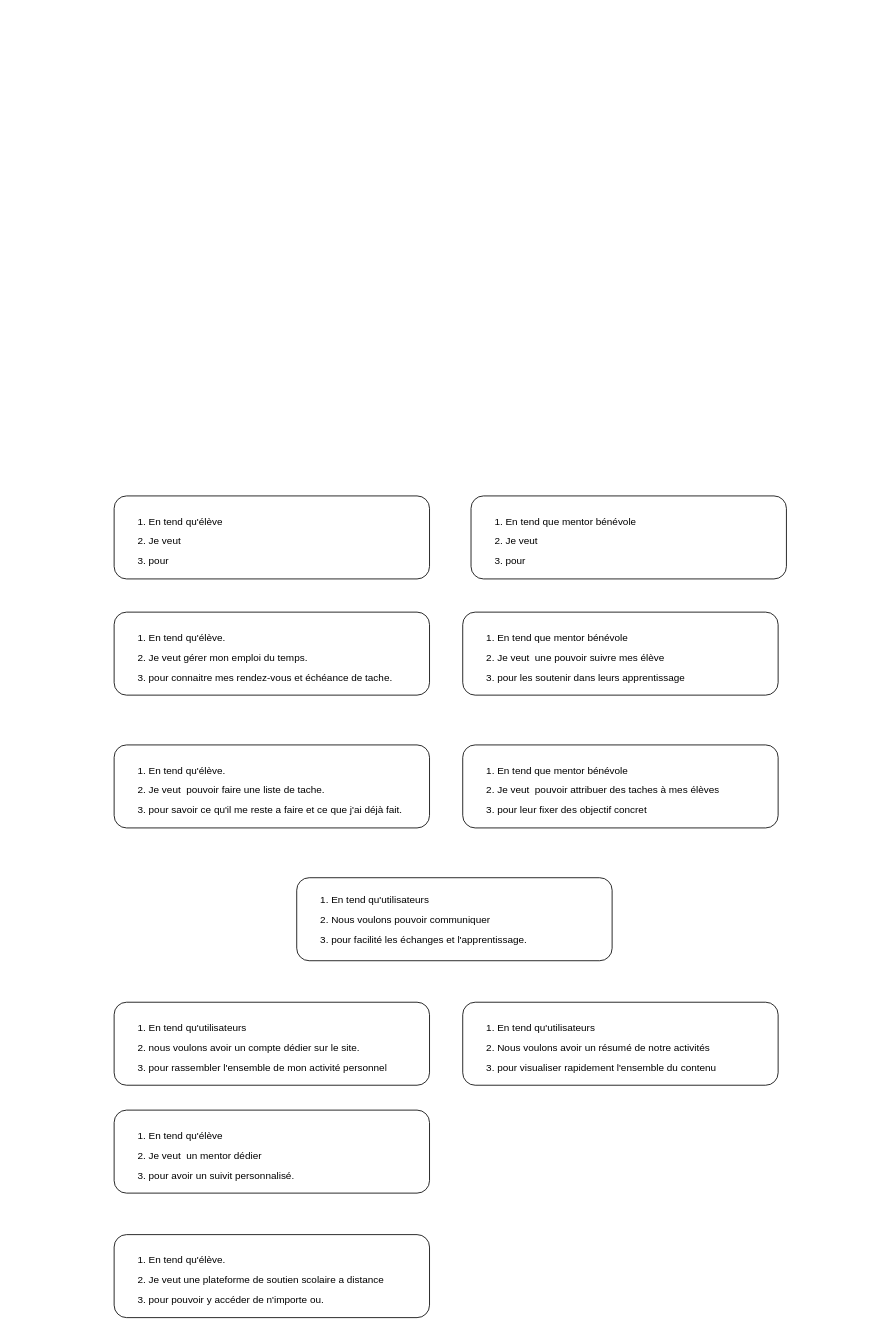
CuteSlime/P3-Learn-home keeps this draw.io diagram as User Story.drawio. Above is the earlier version. Source tidied: cells renumbered, new cells numbered last; positions are measured from the earlier drawing's top-left corner, leaving out a move shared by most shapes. Both pictures are drawn from the tidied source at 83%, with x=0, y=0 at pixel (114, 496).
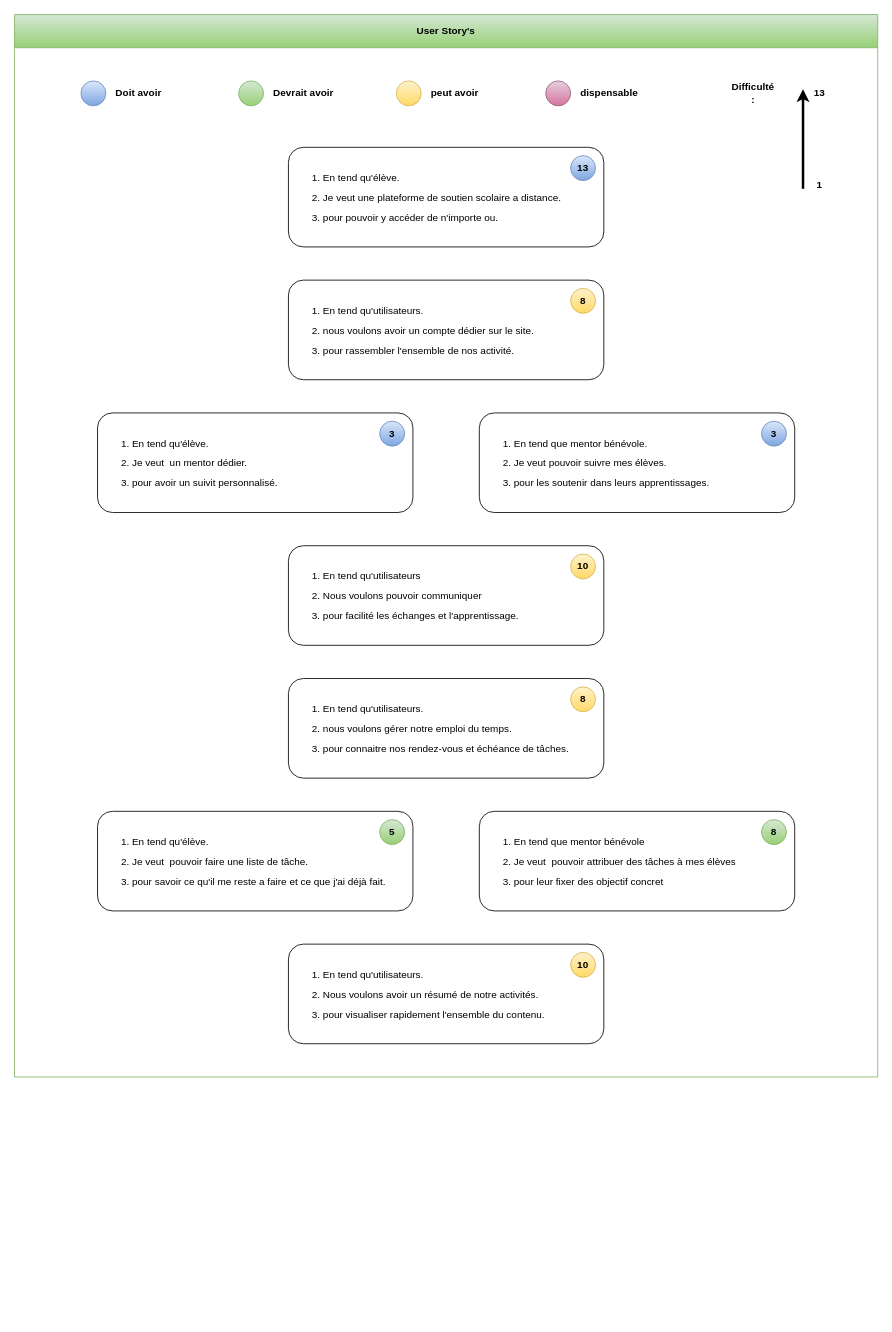
The same diagram, later.

Commit message:
Mettre à jour User Story.drawio

What changed in the source:
```diff
@@
-    <mxCell id="2" style="group;" parent="1" vertex="1">
-      <mxGeometry y="140" width="380" height="100" as="geometry" />
-    </mxCell>
-    <mxCell id="3" style="rounded=1;whiteSpace=wrap;html=1;" parent="2" vertex="1">
-      <mxGeometry width="380" height="100" as="geometry" />
-    </mxCell>
-    <mxCell id="4" value="&lt;ol style=&quot;line-height: 200%;&quot;&gt;&lt;li&gt;En tend qu'élève.&lt;/li&gt;&lt;li&gt;Je veut gérer mon emploi du temps. &lt;br&gt;&lt;/li&gt;&lt;li&gt;pour connaitre mes rendez-vous et échéance de tache.&lt;br&gt;&lt;/li&gt;&lt;/ol&gt;" style="text;strokeColor=none;fillColor=none;align=left;verticalAlign=middle;spacingLeft=0;spacingRight=4;overflow=hidden;whiteSpace=wrap;html=1;spacing=2;spacingTop=4;spacingBottom=4;imageAspect=1;" parent="2" vertex="1">
-      <mxGeometry width="380" height="100" as="geometry" />
-    </mxCell>
-    <mxCell id="5" style="group;" parent="1" vertex="1">
-      <mxGeometry x="430" width="380" height="100" as="geometry" />
-    </mxCell>
-    <mxCell id="6" style="rounded=1;whiteSpace=wrap;html=1;" parent="5" vertex="1">
-      <mxGeometry width="380" height="100" as="geometry" />
-    </mxCell>
-    <mxCell id="7" value="&lt;ol style=&quot;line-height: 200%;&quot;&gt;&lt;li&gt;En tend que mentor bénévole&lt;br&gt;&lt;/li&gt;&lt;li&gt;Je veut&amp;nbsp; &lt;br&gt;&lt;/li&gt;&lt;li&gt;pour&lt;/li&gt;&lt;/ol&gt;" style="text;strokeColor=none;fillColor=none;align=left;verticalAlign=middle;spacingLeft=0;spacingRight=4;overflow=hidden;whiteSpace=wrap;html=1;spacing=2;spacingTop=4;spacingBottom=4;imageAspect=1;" parent="5" vertex="1">
-      <mxGeometry width="380" height="100" as="geometry" />
-    </mxCell>
-    <mxCell id="8" style="group;" parent="1" vertex="1">
-      <mxGeometry width="380" height="100" as="geometry" />
-    </mxCell>
-    <mxCell id="9" style="rounded=1;whiteSpace=wrap;html=1;" parent="8" vertex="1">
-      <mxGeometry width="380" height="100" as="geometry" />
-    </mxCell>
-    <mxCell id="10" value="&lt;ol style=&quot;line-height: 200%;&quot;&gt;&lt;li&gt;En tend qu'élève&lt;/li&gt;&lt;li&gt;Je veut&amp;nbsp; &lt;br&gt;&lt;/li&gt;&lt;li&gt;pour&lt;/li&gt;&lt;/ol&gt;" style="text;strokeColor=none;fillColor=none;align=left;verticalAlign=middle;spacingLeft=0;spacingRight=4;overflow=hidden;whiteSpace=wrap;html=1;spacing=2;spacingTop=4;spacingBottom=4;imageAspect=1;" parent="8" vertex="1">
-      <mxGeometry width="380" height="100" as="geometry" />
-    </mxCell>
+    <mxCell id="35" value="User Story's" style="swimlane;whiteSpace=wrap;html=1;startSize=40;fillColor=#d5e8d4;gradientColor=#97d077;strokeColor=#82b366;" parent="1" vertex="1">
+      <mxGeometry x="-120" y="-580" width="1040" height="1280" as="geometry" />
+    </mxCell>
-    <mxCell id="11" style="group;" parent="1" vertex="1">
-      <mxGeometry y="300" width="380" height="100" as="geometry" />
+    <mxCell id="11" style="group;" parent="35" vertex="1">
+      <mxGeometry x="100" y="960" width="380" height="120" as="geometry" />
     </mxCell>
     <mxCell id="12" style="rounded=1;whiteSpace=wrap;html=1;" parent="11" vertex="1">
-      <mxGeometry width="380" height="100" as="geometry" />
+      <mxGeometry width="380" height="120" as="geometry" />
     </mxCell>
-    <mxCell id="13" value="&lt;ol style=&quot;line-height: 200%;&quot;&gt;&lt;li&gt;En tend qu'élève.&lt;br&gt;&lt;/li&gt;&lt;li&gt;Je veut&amp;nbsp; pouvoir faire une liste de tache.&lt;br&gt;&lt;/li&gt;&lt;li&gt;pour savoir ce qu'il me reste a faire et ce que j'ai déjà fait.&lt;br&gt;&lt;/li&gt;&lt;/ol&gt;" style="text;strokeColor=none;fillColor=none;align=left;verticalAlign=middle;spacingLeft=0;spacingRight=4;overflow=hidden;whiteSpace=wrap;html=1;spacing=2;spacingTop=4;spacingBottom=4;imageAspect=1;" parent="11" vertex="1">
-      <mxGeometry width="380" height="100" as="geometry" />
+    <mxCell id="13" value="&lt;ol style=&quot;line-height: 200%;&quot;&gt;&lt;li&gt;En tend qu'élève.&lt;br&gt;&lt;/li&gt;&lt;li&gt;Je veut&amp;nbsp; pouvoir faire une liste de tâche.&lt;br&gt;&lt;/li&gt;&lt;li&gt;pour savoir ce qu'il me reste a faire et ce que j'ai déjà fait.&lt;br&gt;&lt;/li&gt;&lt;/ol&gt;" style="text;strokeColor=none;fillColor=none;align=left;verticalAlign=middle;spacingLeft=0;spacingRight=4;overflow=hidden;whiteSpace=wrap;html=1;spacing=2;spacingTop=4;spacingBottom=4;imageAspect=1;" parent="11" vertex="1">
+      <mxGeometry width="380" height="120" as="geometry" />
     </mxCell>
+    <mxCell id="36" value="5" style="rounded=1;whiteSpace=wrap;html=1;absoluteArcSize=0;arcSize=50;fillColor=#d5e8d4;gradientColor=#97d077;strokeColor=#82b366;fontStyle=1;" parent="11" vertex="1">
+      <mxGeometry x="340" y="10" width="30" height="30" as="geometry" />
+    </mxCell>
-    <mxCell id="14" style="group;" parent="1" vertex="1">
-      <mxGeometry y="610" width="380" height="100" as="geometry" />
+    <mxCell id="14" style="group;" parent="35" vertex="1">
+      <mxGeometry x="330" y="320" width="380" height="120" as="geometry" />
     </mxCell>
     <mxCell id="15" style="rounded=1;whiteSpace=wrap;html=1;" parent="14" vertex="1">
-      <mxGeometry width="380" height="100" as="geometry" />
+      <mxGeometry width="380" height="120" as="geometry" />
     </mxCell>
-    <mxCell id="16" value="&lt;ol style=&quot;line-height: 200%;&quot;&gt;&lt;li&gt;En tend qu'utilisateurs&lt;/li&gt;&lt;li&gt;nous voulons avoir un compte dédier sur le site.&lt;br&gt;&lt;/li&gt;&lt;li&gt;pour rassembler l'ensemble de mon activité personnel&lt;br&gt;&lt;/li&gt;&lt;/ol&gt;" style="text;strokeColor=none;fillColor=none;align=left;verticalAlign=middle;spacingLeft=0;spacingRight=4;overflow=hidden;whiteSpace=wrap;html=1;spacing=2;spacingTop=4;spacingBottom=4;imageAspect=1;" parent="14" vertex="1">
-      <mxGeometry width="380" height="100" as="geometry" />
+    <mxCell id="16" value="&lt;ol style=&quot;line-height: 200%;&quot;&gt;&lt;li&gt;En tend qu'utilisateurs.&lt;/li&gt;&lt;li&gt;nous voulons avoir un compte dédier sur le site.&lt;br&gt;&lt;/li&gt;&lt;li&gt;pour rassembler l'ensemble de nos activité.&lt;br&gt;&lt;/li&gt;&lt;/ol&gt;" style="text;strokeColor=none;fillColor=none;align=left;verticalAlign=middle;spacingLeft=0;spacingRight=4;overflow=hidden;whiteSpace=wrap;html=1;spacing=2;spacingTop=4;spacingBottom=4;imageAspect=1;" parent="14" vertex="1">
+      <mxGeometry width="380" height="120" as="geometry" />
     </mxCell>
+    <mxCell id="37" value="8" style="rounded=1;whiteSpace=wrap;html=1;absoluteArcSize=0;arcSize=50;fillColor=#fff2cc;gradientColor=#ffd966;strokeColor=#d6b656;fontStyle=1;" parent="14" vertex="1">
+      <mxGeometry x="340" y="10" width="30" height="30" as="geometry" />
+    </mxCell>
-    <mxCell id="17" style="group;" parent="1" vertex="1">
-      <mxGeometry y="740" width="380" height="100" as="geometry" />
+    <mxCell id="17" style="group;" parent="35" vertex="1">
+      <mxGeometry x="100" y="480" width="380" height="120" as="geometry" />
     </mxCell>
     <mxCell id="18" style="rounded=1;whiteSpace=wrap;html=1;" parent="17" vertex="1">
-      <mxGeometry width="380" height="100" as="geometry" />
+      <mxGeometry width="380" height="120" as="geometry" />
     </mxCell>
-    <mxCell id="19" value="&lt;ol style=&quot;line-height: 200%;&quot;&gt;&lt;li&gt;En tend qu'élève&lt;/li&gt;&lt;li&gt;Je veut&amp;nbsp; un mentor dédier&lt;br&gt;&lt;/li&gt;&lt;li&gt;pour avoir un suivit personnalisé.&lt;br&gt;&lt;/li&gt;&lt;/ol&gt;" style="text;strokeColor=none;fillColor=none;align=left;verticalAlign=middle;spacingLeft=0;spacingRight=4;overflow=hidden;whiteSpace=wrap;html=1;spacing=2;spacingTop=4;spacingBottom=4;imageAspect=1;" parent="17" vertex="1">
-      <mxGeometry width="380" height="100" as="geometry" />
+    <mxCell id="19" value="&lt;ol style=&quot;line-height: 200%;&quot;&gt;&lt;li&gt;En tend qu'élève.&lt;/li&gt;&lt;li&gt;Je veut&amp;nbsp; un mentor dédier.&lt;br&gt;&lt;/li&gt;&lt;li&gt;pour avoir un suivit personnalisé.&lt;br&gt;&lt;/li&gt;&lt;/ol&gt;" style="text;strokeColor=none;fillColor=none;align=left;verticalAlign=middle;spacingLeft=0;spacingRight=4;overflow=hidden;whiteSpace=wrap;html=1;spacing=2;spacingTop=4;spacingBottom=4;imageAspect=1;" parent="17" vertex="1">
+      <mxGeometry width="380" height="120" as="geometry" />
     </mxCell>
+    <mxCell id="38" value="3" style="rounded=1;whiteSpace=wrap;html=1;absoluteArcSize=0;arcSize=50;fillColor=#dae8fc;gradientColor=#7ea6e0;strokeColor=#6c8ebf;noLabel=0;fontStyle=1;" parent="17" vertex="1">
+      <mxGeometry x="340" y="10" width="30" height="30" as="geometry" />
+    </mxCell>
-    <mxCell id="20" style="group;" parent="1" vertex="1">
-      <mxGeometry y="890" width="380" height="100" as="geometry" />
+    <mxCell id="20" style="group;fontStyle=0;" parent="35" vertex="1">
+      <mxGeometry x="330" y="160" width="380" height="120" as="geometry" />
     </mxCell>
     <mxCell id="21" style="rounded=1;whiteSpace=wrap;html=1;" parent="20" vertex="1">
-      <mxGeometry width="380" height="100" as="geometry" />
+      <mxGeometry width="380" height="120" as="geometry" />
     </mxCell>
-    <mxCell id="22" value="&lt;ol style=&quot;line-height: 200%;&quot;&gt;&lt;li&gt;En tend qu'élève.&lt;br&gt;&lt;/li&gt;&lt;li&gt;Je veut une plateforme de soutien scolaire a distance&lt;br&gt;&lt;/li&gt;&lt;li&gt;pour pouvoir y accéder de n'importe ou.&lt;br&gt;&lt;/li&gt;&lt;/ol&gt;" style="text;strokeColor=none;fillColor=none;align=left;verticalAlign=middle;spacingLeft=0;spacingRight=4;overflow=hidden;whiteSpace=wrap;html=1;spacing=2;spacingTop=4;spacingBottom=4;imageAspect=1;" parent="20" vertex="1">
-      <mxGeometry width="380" height="100" as="geometry" />
+    <mxCell id="22" value="&lt;ol style=&quot;line-height: 200%;&quot;&gt;&lt;li&gt;En tend qu'élève.&lt;br&gt;&lt;/li&gt;&lt;li&gt;Je veut une plateforme de soutien scolaire a distance.&lt;br&gt;&lt;/li&gt;&lt;li&gt;pour pouvoir y accéder de n'importe ou.&lt;br&gt;&lt;/li&gt;&lt;/ol&gt;" style="text;strokeColor=none;fillColor=none;align=left;verticalAlign=middle;spacingLeft=0;spacingRight=4;overflow=hidden;whiteSpace=wrap;html=1;spacing=2;spacingTop=4;spacingBottom=4;imageAspect=1;" parent="20" vertex="1">
+      <mxGeometry width="380" height="120" as="geometry" />
     </mxCell>
+    <mxCell id="39" value="13" style="rounded=1;whiteSpace=wrap;html=1;absoluteArcSize=0;arcSize=50;fillColor=#dae8fc;gradientColor=#7ea6e0;strokeColor=#6c8ebf;noLabel=0;fontStyle=1;" parent="20" vertex="1">
+      <mxGeometry x="340" y="10" width="30" height="30" as="geometry" />
+    </mxCell>
-    <mxCell id="23" style="group;" parent="1" vertex="1">
-      <mxGeometry x="420" y="140" width="380" height="100" as="geometry" />
+    <mxCell id="23" style="group;" parent="35" vertex="1">
+      <mxGeometry x="560" y="480" width="380" height="120" as="geometry" />
     </mxCell>
     <mxCell id="24" style="rounded=1;whiteSpace=wrap;html=1;" parent="23" vertex="1">
-      <mxGeometry width="380" height="100" as="geometry" />
+      <mxGeometry width="380" height="120" as="geometry" />
     </mxCell>
-    <mxCell id="25" value="&lt;ol style=&quot;line-height: 200%;&quot;&gt;&lt;li&gt;En tend que mentor bénévole&lt;br&gt;&lt;/li&gt;&lt;li&gt;Je veut&amp;nbsp; une pouvoir suivre mes élève&lt;br&gt;&lt;/li&gt;&lt;li&gt;pour les soutenir dans leurs apprentissage&lt;br&gt;&lt;/li&gt;&lt;/ol&gt;" style="text;strokeColor=none;fillColor=none;align=left;verticalAlign=middle;spacingLeft=0;spacingRight=4;overflow=hidden;whiteSpace=wrap;html=1;spacing=2;spacingTop=4;spacingBottom=4;imageAspect=1;" parent="23" vertex="1">
-      <mxGeometry width="380" height="100" as="geometry" />
+    <mxCell id="25" value="&lt;ol style=&quot;line-height: 200%;&quot;&gt;&lt;li&gt;En tend que mentor bénévole.&lt;br&gt;&lt;/li&gt;&lt;li&gt;Je veut pouvoir suivre mes élèves.&lt;br&gt;&lt;/li&gt;&lt;li&gt;pour les soutenir dans leurs apprentissages.&lt;br&gt;&lt;/li&gt;&lt;/ol&gt;" style="text;strokeColor=none;fillColor=none;align=left;verticalAlign=middle;spacingLeft=0;spacingRight=4;overflow=hidden;whiteSpace=wrap;html=1;spacing=2;spacingTop=4;spacingBottom=4;imageAspect=1;" parent="23" vertex="1">
+      <mxGeometry width="380" height="120" as="geometry" />
     </mxCell>
+    <mxCell id="40" value="3" style="rounded=1;whiteSpace=wrap;html=1;absoluteArcSize=0;arcSize=50;fillColor=#dae8fc;gradientColor=#7ea6e0;strokeColor=#6c8ebf;noLabel=0;fontStyle=1;" parent="23" vertex="1">
+      <mxGeometry x="340" y="10" width="30" height="30" as="geometry" />
+    </mxCell>
-    <mxCell id="26" style="group;" parent="1" vertex="1">
-      <mxGeometry x="420" y="300" width="380" height="100" as="geometry" />
+    <mxCell id="26" style="group;" parent="35" vertex="1">
+      <mxGeometry x="560" y="960" width="380" height="120" as="geometry" />
     </mxCell>
     <mxCell id="27" style="rounded=1;whiteSpace=wrap;html=1;" parent="26" vertex="1">
-      <mxGeometry width="380" height="100" as="geometry" />
+      <mxGeometry width="380" height="120" as="geometry" />
     </mxCell>
-    <mxCell id="28" value="&lt;ol style=&quot;line-height: 200%;&quot;&gt;&lt;li&gt;En tend que mentor bénévole&lt;br&gt;&lt;/li&gt;&lt;li&gt;Je veut&amp;nbsp; pouvoir attribuer des taches à mes élèves&lt;br&gt;&lt;/li&gt;&lt;li&gt;pour leur fixer des objectif concret&lt;br&gt;&lt;/li&gt;&lt;/ol&gt;" style="text;strokeColor=none;fillColor=none;align=left;verticalAlign=middle;spacingLeft=0;spacingRight=4;overflow=hidden;whiteSpace=wrap;html=1;spacing=2;spacingTop=4;spacingBottom=4;imageAspect=1;" parent="26" vertex="1">
-      <mxGeometry width="380" height="100" as="geometry" />
+    <mxCell id="28" value="&lt;ol style=&quot;line-height: 200%;&quot;&gt;&lt;li&gt;En tend que mentor bénévole&lt;br&gt;&lt;/li&gt;&lt;li&gt;Je veut&amp;nbsp; pouvoir attribuer des tâches à mes élèves&lt;br&gt;&lt;/li&gt;&lt;li&gt;pour leur fixer des objectif concret&lt;br&gt;&lt;/li&gt;&lt;/ol&gt;" style="text;strokeColor=none;fillColor=none;align=left;verticalAlign=middle;spacingLeft=0;spacingRight=4;overflow=hidden;whiteSpace=wrap;html=1;spacing=2;spacingTop=4;spacingBottom=4;imageAspect=1;" parent="26" vertex="1">
+      <mxGeometry width="380" height="120" as="geometry" />
     </mxCell>
+    <mxCell id="41" value="8" style="rounded=1;whiteSpace=wrap;html=1;absoluteArcSize=0;arcSize=50;fillColor=#d5e8d4;gradientColor=#97d077;strokeColor=#82b366;fontStyle=1;" parent="26" vertex="1">
+      <mxGeometry x="340" y="10" width="30" height="30" as="geometry" />
+    </mxCell>
-    <mxCell id="29" style="group;" parent="1" vertex="1">
-      <mxGeometry x="420" y="610" width="380" height="100" as="geometry" />
+    <mxCell id="29" style="group;" parent="35" vertex="1">
+      <mxGeometry x="330" y="1120" width="380" height="120" as="geometry" />
     </mxCell>
     <mxCell id="30" style="rounded=1;whiteSpace=wrap;html=1;" parent="29" vertex="1">
-      <mxGeometry width="380" height="100" as="geometry" />
+      <mxGeometry width="380" height="120" as="geometry" />
     </mxCell>
-    <mxCell id="31" value="&lt;ol style=&quot;line-height: 200%;&quot;&gt;&lt;li&gt;En tend qu'utilisateurs&lt;br&gt;&lt;/li&gt;&lt;li&gt;Nous voulons avoir un résumé de notre activités &lt;br&gt;&lt;/li&gt;&lt;li&gt;pour visualiser rapidement l'ensemble du contenu&lt;br&gt;&lt;/li&gt;&lt;/ol&gt;" style="text;strokeColor=none;fillColor=none;align=left;verticalAlign=middle;spacingLeft=0;spacingRight=4;overflow=hidden;whiteSpace=wrap;html=1;spacing=2;spacingTop=4;spacingBottom=4;imageAspect=1;" parent="29" vertex="1">
-      <mxGeometry width="380" height="100" as="geometry" />
+    <mxCell id="31" value="&lt;ol style=&quot;line-height: 200%;&quot;&gt;&lt;li&gt;En tend qu'utilisateurs.&lt;br&gt;&lt;/li&gt;&lt;li&gt;Nous voulons avoir un résumé de notre activités. &lt;br&gt;&lt;/li&gt;&lt;li&gt;pour visualiser rapidement l'ensemble du contenu.&lt;br&gt;&lt;/li&gt;&lt;/ol&gt;" style="text;strokeColor=none;fillColor=none;align=left;verticalAlign=middle;spacingLeft=0;spacingRight=4;overflow=hidden;whiteSpace=wrap;html=1;spacing=2;spacingTop=4;spacingBottom=4;imageAspect=1;" parent="29" vertex="1">
+      <mxGeometry width="380" height="120" as="geometry" />
     </mxCell>
+    <mxCell id="42" value="10" style="rounded=1;whiteSpace=wrap;html=1;absoluteArcSize=0;arcSize=50;fillColor=#fff2cc;gradientColor=#ffd966;strokeColor=#d6b656;fontStyle=1;" parent="29" vertex="1">
+      <mxGeometry x="340" y="10" width="30" height="30" as="geometry" />
+    </mxCell>
-    <mxCell id="32" style="group;" parent="1" vertex="1">
-      <mxGeometry x="220" y="460" width="380" height="100" as="geometry" />
+    <mxCell id="32" style="group;" parent="35" vertex="1">
+      <mxGeometry x="330" y="640" width="380" height="120" as="geometry" />
     </mxCell>
     <mxCell id="33" style="rounded=1;whiteSpace=wrap;html=1;" parent="32" vertex="1">
-      <mxGeometry width="380" height="100" as="geometry" />
+      <mxGeometry width="380" height="120" as="geometry" />
     </mxCell>
     <mxCell id="34" value="&lt;ol style=&quot;line-height: 200%;&quot;&gt;&lt;li&gt;En tend qu'utilisateurs&lt;/li&gt;&lt;li&gt;Nous voulons pouvoir communiquer&lt;br&gt;&lt;/li&gt;&lt;li&gt;pour facilité les échanges et l'apprentissage.&lt;br&gt;&lt;/li&gt;&lt;/ol&gt;" style="text;strokeColor=none;fillColor=none;align=left;verticalAlign=middle;spacingLeft=0;spacingRight=4;overflow=hidden;whiteSpace=wrap;html=1;spacing=2;spacingTop=0;spacingBottom=0;imageAspect=1;" parent="32" vertex="1">
-      <mxGeometry width="380" height="100" as="geometry" />
+      <mxGeometry width="380" height="120" as="geometry" />
     </mxCell>
+    <mxCell id="43" value="10" style="rounded=1;whiteSpace=wrap;html=1;absoluteArcSize=0;arcSize=50;fillColor=#fff2cc;gradientColor=#ffd966;strokeColor=#d6b656;fontStyle=1;" parent="32" vertex="1">
+      <mxGeometry x="340" y="10" width="30" height="30" as="geometry" />
+    </mxCell>
+    <mxCell id="44" style="group;" parent="35" vertex="1">
+      <mxGeometry x="330" y="800" width="380" height="120" as="geometry" />
+    </mxCell>
+    <mxCell id="3" style="rounded=1;whiteSpace=wrap;html=1;" parent="44" vertex="1">
+      <mxGeometry width="380" height="120" as="geometry" />
+    </mxCell>
+    <mxCell id="4" value="&lt;ol style=&quot;line-height: 200%;&quot;&gt;&lt;li&gt;En tend qu'utilisateurs.&lt;/li&gt;&lt;li&gt;nous voulons gérer notre emploi du temps. &lt;br&gt;&lt;/li&gt;&lt;li&gt;pour connaitre nos rendez-vous et échéance de tâches.&lt;br&gt;&lt;/li&gt;&lt;/ol&gt;" style="text;strokeColor=none;fillColor=none;align=left;verticalAlign=middle;spacingLeft=0;spacingRight=4;overflow=hidden;whiteSpace=wrap;html=1;spacing=2;spacingTop=4;spacingBottom=4;imageAspect=1;" parent="44" vertex="1">
+      <mxGeometry width="380" height="120" as="geometry" />
+    </mxCell>
+    <mxCell id="45" value="8" style="rounded=1;whiteSpace=wrap;html=1;absoluteArcSize=0;arcSize=50;fillColor=#fff2cc;gradientColor=#ffd966;strokeColor=#d6b656;fontStyle=1;" parent="44" vertex="1">
+      <mxGeometry x="340" y="10" width="30" height="30" as="geometry" />
+    </mxCell>
+    <mxCell id="46" style="endArrow=classic;html=1;rounded=0;strokeWidth=3;" parent="35" edge="1">
+      <mxGeometry relative="1" as="geometry">
+        <mxPoint x="950" y="210" as="sourcePoint" />
+        <mxPoint x="950" y="90" as="targetPoint" />
+      </mxGeometry>
+    </mxCell>
+    <mxCell id="47" value="&lt;b&gt;Difficulté :&lt;/b&gt;" style="text;html=1;strokeColor=none;fillColor=none;align=center;verticalAlign=middle;whiteSpace=wrap;rounded=0;" parent="35" vertex="1">
+      <mxGeometry x="860" y="80" width="60" height="30" as="geometry" />
+    </mxCell>
+    <mxCell id="48" value="&lt;b&gt;1&lt;/b&gt;" style="text;html=1;strokeColor=none;fillColor=none;align=center;verticalAlign=middle;whiteSpace=wrap;rounded=0;" parent="35" vertex="1">
+      <mxGeometry x="940" y="190" width="60" height="30" as="geometry" />
+    </mxCell>
+    <mxCell id="49" value="&lt;b&gt;13&lt;/b&gt;" style="text;html=1;strokeColor=none;fillColor=none;align=center;verticalAlign=middle;whiteSpace=wrap;rounded=0;" parent="35" vertex="1">
+      <mxGeometry x="940" y="80" width="60" height="30" as="geometry" />
+    </mxCell>
+    <mxCell id="50" style="group;" parent="35" vertex="1">
+      <mxGeometry x="270" y="80" width="130" height="30" as="geometry" />
+    </mxCell>
+    <mxCell id="51" style="rounded=1;whiteSpace=wrap;html=1;absoluteArcSize=0;arcSize=50;fillColor=#d5e8d4;gradientColor=#97d077;strokeColor=#82b366;" parent="50" vertex="1">
+      <mxGeometry width="30" height="30" as="geometry" />
+    </mxCell>
+    <mxCell id="52" value="Devrait avoir" style="text;html=1;strokeColor=none;fillColor=none;align=left;verticalAlign=middle;whiteSpace=wrap;rounded=0;fontStyle=1;" parent="50" vertex="1">
+      <mxGeometry x="40" width="90" height="30" as="geometry" />
+    </mxCell>
+    <mxCell id="53" style="group;" parent="35" vertex="1">
+      <mxGeometry x="460" y="80" width="130" height="30" as="geometry" />
+    </mxCell>
+    <mxCell id="54" style="rounded=1;whiteSpace=wrap;html=1;absoluteArcSize=0;arcSize=50;fillColor=#fff2cc;gradientColor=#ffd966;strokeColor=#d6b656;" parent="53" vertex="1">
+      <mxGeometry width="30" height="30" as="geometry" />
+    </mxCell>
+    <mxCell id="55" value="peut avoir" style="text;html=1;strokeColor=none;fillColor=none;align=left;verticalAlign=middle;whiteSpace=wrap;rounded=0;fontStyle=1;" parent="53" vertex="1">
+      <mxGeometry x="40" width="90" height="30" as="geometry" />
+    </mxCell>
+    <mxCell id="56" style="group;" parent="35" vertex="1">
+      <mxGeometry x="640" y="80" width="130" height="30" as="geometry" />
+    </mxCell>
+    <mxCell id="57" style="rounded=1;whiteSpace=wrap;html=1;absoluteArcSize=0;arcSize=50;fillColor=#e6d0de;strokeColor=#996185;gradientColor=#d5739d;" parent="56" vertex="1">
+      <mxGeometry width="30" height="30" as="geometry" />
+    </mxCell>
+    <mxCell id="58" value="dispensable" style="text;html=1;strokeColor=none;fillColor=none;align=left;verticalAlign=middle;whiteSpace=wrap;rounded=0;fontStyle=1;" parent="56" vertex="1">
+      <mxGeometry x="40" width="90" height="30" as="geometry" />
+    </mxCell>
+    <mxCell id="59" style="group;" parent="35" vertex="1">
+      <mxGeometry x="80" y="80" width="130" height="30" as="geometry" />
+    </mxCell>
+    <mxCell id="60" style="rounded=1;whiteSpace=wrap;html=1;absoluteArcSize=0;arcSize=50;fillColor=#dae8fc;gradientColor=#7ea6e0;strokeColor=#6c8ebf;noLabel=0;" parent="59" vertex="1">
+      <mxGeometry width="30" height="30" as="geometry" />
+    </mxCell>
+    <mxCell id="61" value="Doit avoir" style="text;html=1;strokeColor=none;fillColor=none;align=left;verticalAlign=middle;whiteSpace=wrap;rounded=0;fontStyle=1;" parent="59" vertex="1">
+      <mxGeometry x="40" width="90" height="30" as="geometry" />
+    </mxCell>
```
